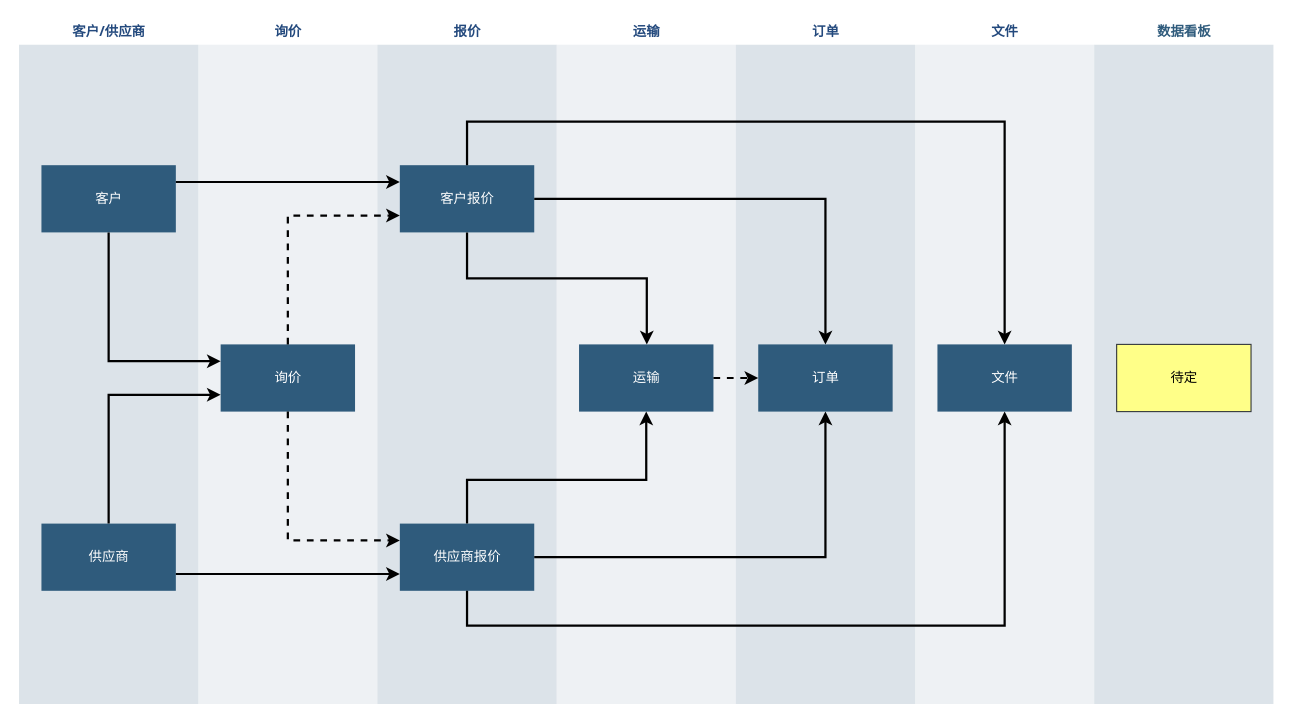
Above: 货代关系图.drawio in xiaoming728/draw (draw.io), before the change. Source tidied: cells renumbered, new cells numbered last; positions are measured from the earlier drawing's top-left corner, leaving out a move shared by most shapes. Both pictures are drawn from the tidied source at 112%, with x=0, y=0 at pixel (18, 18).
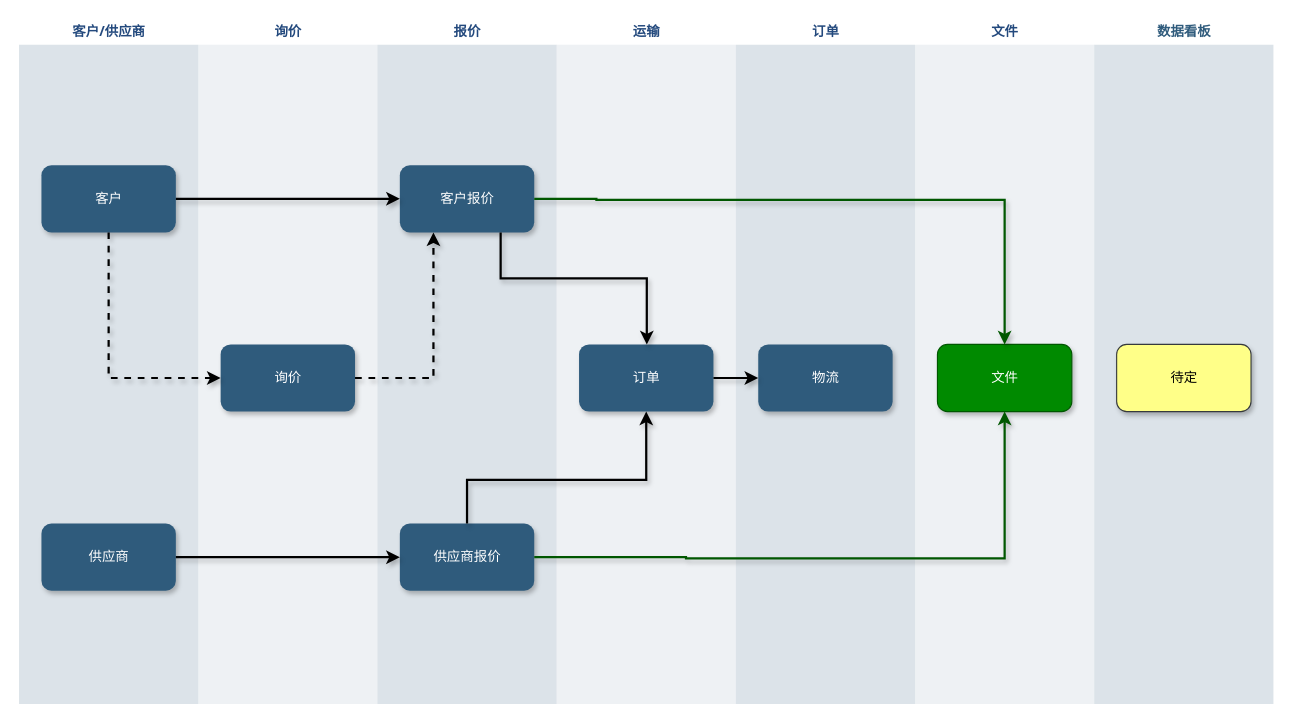
Above is the later version.

Commit message (it also covers changes not shown here):
更新货代关系图.drawio

Unchanged cells that the change refers to:
```xml
<mxCell id="2" value="&lt;font color=&quot;#23497d&quot;&gt;客户/供应商&lt;/font&gt;" style="swimlane;whiteSpace=wrap;fillColor=none;swimlaneFillColor=#BAC8D3;fontColor=#2F5B7C;fontFamily=Tahoma;html=1;strokeColor=none;opacity=50;" parent="1" vertex="1">
  <mxGeometry x="0.5" y="0.5" width="160" height="611.5" as="geometry" />
</mxCell>
<mxCell id="5" value="&lt;font color=&quot;#23497d&quot;&gt;文件&lt;/font&gt;" style="swimlane;whiteSpace=wrap;fillColor=none;swimlaneFillColor=#BAC8D3;fontColor=#2F5B7C;fontFamily=Tahoma;html=1;strokeColor=none;opacity=25;" parent="1" vertex="1">
  <mxGeometry x="800.5" y="0.5" width="160" height="611.5" as="geometry" />
</mxCell>
<mxCell id="7" value="&lt;font color=&quot;#23497d&quot;&gt;订单&lt;/font&gt;" style="swimlane;whiteSpace=wrap;fillColor=none;swimlaneFillColor=#BAC8D3;fontColor=#2F5B7C;fontFamily=Tahoma;html=1;strokeColor=none;opacity=50;" parent="1" vertex="1">
  <mxGeometry x="640.5" y="0.5" width="160" height="611.5" as="geometry" />
</mxCell>
<mxCell id="9" value="&lt;font color=&quot;#23497d&quot;&gt;询价&lt;/font&gt;" style="swimlane;whiteSpace=wrap;fillColor=none;swimlaneFillColor=#BAC8D3;fontColor=#2F5B7C;fontFamily=Tahoma;html=1;strokeColor=none;opacity=25;" parent="1" vertex="1">
  <mxGeometry x="160.5" y="0.5" width="160" height="611.5" as="geometry" />
</mxCell>
<mxCell id="11" value="&lt;font color=&quot;#23497d&quot;&gt;报价&lt;/font&gt;" style="swimlane;whiteSpace=wrap;fillColor=none;swimlaneFillColor=#BAC8D3;fontColor=#2F5B7C;fontFamily=Tahoma;html=1;strokeColor=none;opacity=50;" parent="1" vertex="1">
  <mxGeometry x="320.5" y="0.5" width="160" height="611.5" as="geometry" />
</mxCell>
<mxCell id="14" value="&lt;font color=&quot;#23497d&quot;&gt;运输&lt;/font&gt;" style="swimlane;whiteSpace=wrap;fillColor=none;swimlaneFillColor=#BAC8D3;fontColor=#2F5B7C;fontFamily=Tahoma;html=1;strokeColor=none;opacity=25;" parent="1" vertex="1">
  <mxGeometry x="480.5" y="0.5" width="160" height="611.5" as="geometry" />
</mxCell>
```

The edit, as a diff of the source:
```diff
@@
-    <mxCell id="3" value="客户" style="whiteSpace=wrap;shadow=0;fontColor=#FFFFFF;fontFamily=Helvetica;fontStyle=0;html=1;fontSize=12;plain-purple;strokeColor=none;fillColor=#2f5b7c;gradientColor=none;spacing=6;verticalAlign=middle;" parent="2" vertex="1">
+    <mxCell id="3" value="客户" style="whiteSpace=wrap;shadow=1;fontColor=#FFFFFF;fontFamily=Helvetica;fontStyle=0;html=1;fontSize=12;plain-purple;strokeColor=none;fillColor=#2f5b7c;gradientColor=none;spacing=6;verticalAlign=middle;rounded=1;glass=0;" parent="2" vertex="1">
       <mxGeometry x="20" y="130.5" width="120" height="60" as="geometry" />
     </mxCell>
-    <mxCell id="4" value="供应商" style="whiteSpace=wrap;strokeColor=none;fillColor=#2f5b7c;shadow=0;fontColor=#FFFFFF;fontFamily=Helvetica;fontStyle=0;html=1;fontSize=12;spacing=6;verticalAlign=middle;" parent="2" vertex="1">
+    <mxCell id="4" value="供应商" style="whiteSpace=wrap;strokeColor=none;fillColor=#2f5b7c;shadow=1;fontColor=#FFFFFF;fontFamily=Helvetica;fontStyle=0;html=1;fontSize=12;spacing=6;verticalAlign=middle;rounded=1;glass=0;" parent="2" vertex="1">
       <mxGeometry x="20" y="450.5" width="120" height="60" as="geometry" />
     </mxCell>
@@
-    <mxCell id="6" value="文件" style="whiteSpace=wrap;strokeColor=none;fillColor=#2f5b7c;shadow=0;fontColor=#FFFFFF;fontFamily=Helvetica;fontStyle=0;html=1;fontSize=12;spacing=6;verticalAlign=middle;" parent="5" vertex="1">
+    <mxCell id="6" value="文件" style="whiteSpace=wrap;strokeColor=#005700;fillColor=#008a00;shadow=1;fontFamily=Helvetica;fontStyle=0;html=1;fontSize=12;spacing=6;verticalAlign=middle;fontColor=#ffffff;rounded=1;glass=0;" parent="5" vertex="1">
       <mxGeometry x="20" y="290.5" width="120" height="60" as="geometry" />
     </mxCell>
@@
-    <mxCell id="8" value="订单" style="whiteSpace=wrap;fillColor=#2f5b7c;strokeColor=none;shadow=0;fontColor=#FFFFFF;fontFamily=Helvetica;fontStyle=0;html=1;fontSize=12;spacing=6;verticalAlign=middle;" parent="7" vertex="1">
+    <mxCell id="8" value="物流" style="whiteSpace=wrap;fillColor=#2f5b7c;strokeColor=none;shadow=1;fontColor=#FFFFFF;fontFamily=Helvetica;fontStyle=0;html=1;fontSize=12;spacing=6;verticalAlign=middle;rounded=1;glass=0;" parent="7" vertex="1">
       <mxGeometry x="20" y="290.5" width="120" height="60" as="geometry" />
     </mxCell>
@@
-    <mxCell id="10" value="询价" style="whiteSpace=wrap;shadow=0;fontColor=#FFFFFF;fontFamily=Helvetica;fontStyle=0;html=1;fontSize=12;plain-purple;strokeColor=none;fillColor=#2f5b7c;gradientColor=none;spacing=6;verticalAlign=middle;" parent="9" vertex="1">
+    <mxCell id="10" value="询价" style="whiteSpace=wrap;shadow=1;fontColor=#FFFFFF;fontFamily=Helvetica;fontStyle=0;html=1;fontSize=12;plain-purple;strokeColor=none;fillColor=#2f5b7c;gradientColor=none;spacing=6;verticalAlign=middle;rounded=1;glass=0;" parent="9" vertex="1">
       <mxGeometry x="20" y="290.5" width="120" height="60" as="geometry" />
     </mxCell>
@@
-    <mxCell id="12" value="客户报价" style="whiteSpace=wrap;shadow=0;fontColor=#FFFFFF;fontFamily=Helvetica;fontStyle=0;html=1;fontSize=12;plain-purple;strokeColor=none;fillColor=#2f5b7c;gradientColor=none;spacing=6;verticalAlign=middle;" parent="11" vertex="1">
+    <mxCell id="12" value="客户报价" style="whiteSpace=wrap;shadow=1;fontColor=#FFFFFF;fontFamily=Helvetica;fontStyle=0;html=1;fontSize=12;plain-purple;strokeColor=none;fillColor=#2f5b7c;gradientColor=none;spacing=6;verticalAlign=middle;rounded=1;glass=0;" parent="11" vertex="1">
       <mxGeometry x="20" y="130.5" width="120" height="60" as="geometry" />
     </mxCell>
-    <mxCell id="13" value="供应商报价" style="whiteSpace=wrap;shadow=0;fontColor=#FFFFFF;fontFamily=Helvetica;fontStyle=0;html=1;fontSize=12;plain-purple;strokeColor=none;fillColor=#2f5b7c;gradientColor=none;spacing=6;verticalAlign=middle;" parent="11" vertex="1">
+    <mxCell id="13" value="供应商报价" style="whiteSpace=wrap;shadow=1;fontColor=#FFFFFF;fontFamily=Helvetica;fontStyle=0;html=1;fontSize=12;plain-purple;strokeColor=none;fillColor=#2f5b7c;gradientColor=none;spacing=6;verticalAlign=middle;rounded=1;glass=0;" parent="11" vertex="1">
       <mxGeometry x="20" y="450.5" width="120" height="60" as="geometry" />
     </mxCell>
@@
-    <mxCell id="15" value="运输" style="whiteSpace=wrap;strokeColor=none;fillColor=#2f5b7c;shadow=0;fontColor=#FFFFFF;fontFamily=Helvetica;fontStyle=0;html=1;fontSize=12;spacing=6;verticalAlign=middle;" parent="14" vertex="1">
+    <mxCell id="15" value="订单" style="whiteSpace=wrap;strokeColor=none;fillColor=#2f5b7c;shadow=1;fontColor=#FFFFFF;fontFamily=Helvetica;fontStyle=0;html=1;fontSize=12;spacing=6;verticalAlign=middle;rounded=1;glass=0;" parent="14" vertex="1">
       <mxGeometry x="20" y="290.5" width="120" height="60" as="geometry" />
     </mxCell>
-    <mxCell id="16" value="数据看板" style="swimlane;whiteSpace=wrap;fillColor=none;swimlaneFillColor=#BAC8D3;fontColor=#2F5B7C;fontFamily=Tahoma;html=1;strokeColor=none;opacity=50;" parent="1" vertex="1">
+    <mxCell id="16" value="数据看板" style="swimlane;whiteSpace=wrap;fillColor=none;swimlaneFillColor=#BAC8D3;fontColor=#2F5B7C;fontFamily=Tahoma;html=1;strokeColor=none;opacity=50;rounded=0;glass=0;" parent="1" vertex="1">
       <mxGeometry x="960.5" y="0.5" width="160" height="611.5" as="geometry" />
     </mxCell>
-    <mxCell id="17" value="待定" style="whiteSpace=wrap;shadow=0;fontFamily=Helvetica;fontStyle=0;html=1;fontSize=12;spacing=6;verticalAlign=middle;fillColor=#ffff88;strokeColor=#36393d;" parent="16" vertex="1">
+    <mxCell id="17" value="待定" style="whiteSpace=wrap;shadow=1;fontFamily=Helvetica;fontStyle=0;html=1;fontSize=12;spacing=6;verticalAlign=middle;fillColor=#ffff88;strokeColor=#36393d;rounded=1;" parent="16" vertex="1">
       <mxGeometry x="20" y="290.5" width="120" height="60" as="geometry" />
     </mxCell>
-    <mxCell id="18" style="edgeStyle=orthogonalEdgeStyle;rounded=0;jettySize=auto;html=1;exitX=0.5;exitY=1;exitDx=0;exitDy=0;entryX=0;entryY=0.25;entryDx=0;entryDy=0;strokeWidth=2;" parent="1" edge="1" source="3" target="10">
+    <mxCell id="18" style="edgeStyle=orthogonalEdgeStyle;rounded=0;jettySize=auto;html=1;exitX=0.5;exitY=1;exitDx=0;exitDy=0;entryX=0;entryY=0.5;entryDx=0;entryDy=0;strokeWidth=2;shadow=1;flowAnimation=0;dashed=1;" parent="1" edge="1" source="3" target="10">
       <mxGeometry relative="1" as="geometry" />
     </mxCell>
-    <mxCell id="19" style="edgeStyle=orthogonalEdgeStyle;rounded=0;jettySize=auto;html=1;exitX=0.5;exitY=0;exitDx=0;exitDy=0;entryX=0;entryY=0.75;entryDx=0;entryDy=0;strokeWidth=2;" parent="1" edge="1" source="4" target="10">
-      <mxGeometry relative="1" as="geometry" />
-    </mxCell>
-    <mxCell id="20" style="edgeStyle=orthogonalEdgeStyle;rounded=0;jettySize=auto;html=1;exitX=0.5;exitY=0;exitDx=0;exitDy=0;entryX=0;entryY=0.75;entryDx=0;entryDy=0;strokeWidth=2;dashed=1;" parent="1" edge="1" source="10" target="12">
+    <mxCell id="20" style="edgeStyle=orthogonalEdgeStyle;rounded=0;jettySize=auto;html=1;exitX=1;exitY=0.5;exitDx=0;exitDy=0;entryX=0.25;entryY=1;entryDx=0;entryDy=0;strokeWidth=2;dashed=1;shadow=1;flowAnimation=0;" parent="1" edge="1" source="10" target="12">
       <mxGeometry relative="1" as="geometry" />
     </mxCell>
-    <mxCell id="21" style="edgeStyle=orthogonalEdgeStyle;rounded=0;jettySize=auto;html=1;exitX=0.5;exitY=1;exitDx=0;exitDy=0;entryX=0;entryY=0.25;entryDx=0;entryDy=0;strokeWidth=2;dashed=1;" parent="1" edge="1" source="10" target="13">
-      <mxGeometry relative="1" as="geometry" />
-    </mxCell>
-    <mxCell id="22" style="edgeStyle=orthogonalEdgeStyle;rounded=0;jettySize=auto;html=1;exitX=0.5;exitY=0;exitDx=0;exitDy=0;entryX=0.5;entryY=1;entryDx=0;entryDy=0;strokeWidth=2;" parent="1" edge="1" source="13" target="15">
+    <mxCell id="22" style="edgeStyle=orthogonalEdgeStyle;rounded=0;jettySize=auto;html=1;exitX=0.5;exitY=0;exitDx=0;exitDy=0;entryX=0.5;entryY=1;entryDx=0;entryDy=0;strokeWidth=2;shadow=1;flowAnimation=0;" parent="1" edge="1" source="13" target="15">
       <mxGeometry relative="1" as="geometry">
         <Array as="points">
           <mxPoint x="401" y="412" />
           <mxPoint x="561" y="412" />
         </Array>
       </mxGeometry>
     </mxCell>
-    <mxCell id="23" style="edgeStyle=orthogonalEdgeStyle;rounded=0;jettySize=auto;html=1;exitX=0.5;exitY=0;exitDx=0;exitDy=0;entryX=0.5;entryY=0;entryDx=0;entryDy=0;strokeWidth=2;" parent="1" edge="1" source="12" target="6">
+    <mxCell id="23" style="edgeStyle=orthogonalEdgeStyle;rounded=0;jettySize=auto;html=1;exitX=1;exitY=0.5;exitDx=0;exitDy=0;entryX=0.5;entryY=0;entryDx=0;entryDy=0;strokeWidth=2;fillColor=#008a00;strokeColor=#005700;shadow=1;flowAnimation=0;" parent="1" edge="1" source="12" target="6">
       <mxGeometry relative="1" as="geometry">
         <Array as="points">
-          <mxPoint x="401" y="92" />
-          <mxPoint x="881" y="92" />
+          <mxPoint x="516" y="161" />
+          <mxPoint x="881" y="162" />
         </Array>
       </mxGeometry>
     </mxCell>
-    <mxCell id="24" style="edgeStyle=orthogonalEdgeStyle;rounded=0;jettySize=auto;html=1;exitX=0.5;exitY=1;exitDx=0;exitDy=0;strokeWidth=2;" parent="1" edge="1" source="12" target="15">
+    <mxCell id="24" style="edgeStyle=orthogonalEdgeStyle;rounded=0;jettySize=auto;html=1;exitX=0.75;exitY=1;exitDx=0;exitDy=0;strokeWidth=2;shadow=1;flowAnimation=0;" parent="1" edge="1" source="12" target="15">
       <mxGeometry relative="1" as="geometry">
         <Array as="points">
-          <mxPoint x="401" y="232" />
+          <mxPoint x="431" y="232" />
           <mxPoint x="561" y="232" />
         </Array>
       </mxGeometry>
     </mxCell>
-    <mxCell id="25" style="edgeStyle=orthogonalEdgeStyle;rounded=0;jettySize=auto;html=1;exitX=0.5;exitY=1;exitDx=0;exitDy=0;entryX=0.5;entryY=1;entryDx=0;entryDy=0;strokeWidth=2;" parent="1" edge="1" source="13" target="6">
+    <mxCell id="25" style="edgeStyle=orthogonalEdgeStyle;rounded=0;jettySize=auto;html=1;exitX=1;exitY=0.5;exitDx=0;exitDy=0;entryX=0.5;entryY=1;entryDx=0;entryDy=0;strokeWidth=2;fillColor=#008a00;strokeColor=#005700;shadow=1;flowAnimation=0;" parent="1" edge="1" source="13" target="6">
       <mxGeometry relative="1" as="geometry">
         <Array as="points">
-          <mxPoint x="401" y="542" />
-          <mxPoint x="881" y="542" />
+          <mxPoint x="596" y="481" />
+          <mxPoint x="881" y="482" />
         </Array>
       </mxGeometry>
     </mxCell>
-    <mxCell id="26" style="edgeStyle=orthogonalEdgeStyle;rounded=0;jettySize=auto;html=1;exitX=1;exitY=0.5;exitDx=0;exitDy=0;strokeWidth=2;" parent="1" edge="1" source="12" target="8">
-      <mxGeometry relative="1" as="geometry" />
-    </mxCell>
-    <mxCell id="27" style="edgeStyle=orthogonalEdgeStyle;rounded=0;jettySize=auto;html=1;exitX=1;exitY=0.5;exitDx=0;exitDy=0;entryX=0.5;entryY=1;entryDx=0;entryDy=0;strokeWidth=2;" parent="1" edge="1" source="13" target="8">
-      <mxGeometry relative="1" as="geometry" />
-    </mxCell>
-    <mxCell id="28" style="edgeStyle=orthogonalEdgeStyle;rounded=0;jettySize=auto;html=1;exitX=1;exitY=0.5;exitDx=0;exitDy=0;entryX=0;entryY=0.5;entryDx=0;entryDy=0;dashed=1;strokeWidth=2;" parent="1" edge="1" source="15" target="8">
+    <mxCell id="28" style="edgeStyle=orthogonalEdgeStyle;rounded=0;jettySize=auto;html=1;exitX=1;exitY=0.5;exitDx=0;exitDy=0;entryX=0;entryY=0.5;entryDx=0;entryDy=0;strokeWidth=2;shadow=1;flowAnimation=0;" parent="1" edge="1" source="15" target="8">
       <mxGeometry relative="1" as="geometry" />
     </mxCell>
-    <mxCell id="29" style="edgeStyle=orthogonalEdgeStyle;rounded=0;jettySize=auto;html=1;exitX=1;exitY=0.25;exitDx=0;exitDy=0;entryX=0;entryY=0.25;entryDx=0;entryDy=0;strokeWidth=2;" parent="1" edge="1" source="3" target="12">
+    <mxCell id="29" style="edgeStyle=orthogonalEdgeStyle;rounded=0;jettySize=auto;html=1;exitX=1;exitY=0.5;exitDx=0;exitDy=0;entryX=0;entryY=0.5;entryDx=0;entryDy=0;strokeWidth=2;shadow=1;flowAnimation=0;" parent="1" edge="1" source="3" target="12">
       <mxGeometry relative="1" as="geometry" />
     </mxCell>
-    <mxCell id="30" style="edgeStyle=orthogonalEdgeStyle;rounded=0;jettySize=auto;html=1;exitX=1;exitY=0.75;exitDx=0;exitDy=0;entryX=0;entryY=0.75;entryDx=0;entryDy=0;strokeWidth=2;" parent="1" edge="1" source="4" target="13">
+    <mxCell id="30" style="edgeStyle=orthogonalEdgeStyle;rounded=0;jettySize=auto;html=1;exitX=1;exitY=0.5;exitDx=0;exitDy=0;entryX=0;entryY=0.5;entryDx=0;entryDy=0;strokeWidth=2;shadow=1;flowAnimation=0;" parent="1" edge="1" source="4" target="13">
       <mxGeometry relative="1" as="geometry" />
     </mxCell>
```
